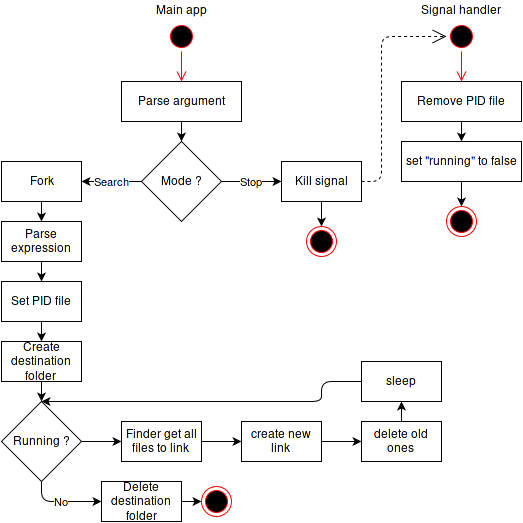
Earlier version of the draw.io export report/img/flow.png (claudiosousa/hepia-projects-smart-folder). Source tidied: cells renumbered, new cells last; positions are measured from the earlier drawing's top-left corner, leaving out a move shared by most shapes. Source of this version:
```xml
<mxGraphModel background="#ffffff">
  <root>
    <mxCell id="0" />
    <mxCell id="1" parent="0" />
    <mxCell id="2" style="ellipse;html=1;shape=startState;fillColor=#000000;strokeColor=#ff0000;" parent="1" vertex="1">
      <mxGeometry x="165" y="20" width="30" height="30" as="geometry" />
    </mxCell>
    <mxCell id="3" style="edgeStyle=orthogonalEdgeStyle;html=1;verticalAlign=bottom;endArrow=open;endSize=8;strokeColor=#ff0000;entryX=0.5;entryY=0;" parent="1" edge="1" source="2" target="4">
      <mxGeometry relative="1" as="geometry" />
    </mxCell>
    <mxCell id="4" value="Parse argument&lt;br&gt;" style="whiteSpace=wrap;html=1;" parent="1" vertex="1">
      <mxGeometry x="120" y="80" width="120" height="40" as="geometry" />
    </mxCell>
    <mxCell id="5" value="Mode ?&lt;br&gt;" style="strokeWidth=1;html=1;shape=mxgraph.flowchart.decision;whiteSpace=wrap;" parent="1" vertex="1">
      <mxGeometry x="140" y="140" width="80" height="80" as="geometry" />
    </mxCell>
    <mxCell id="6" style="endArrow=classic;html=1;exitX=0.5;exitY=1;entryX=0.5;entryY=0;entryPerimeter=0;" parent="1" edge="1" source="4" target="5">
      <mxGeometry relative="1" as="geometry" />
    </mxCell>
    <mxCell id="7" value="Fork" style="whiteSpace=wrap;html=1;" parent="1" vertex="1">
      <mxGeometry y="160" width="80" height="40" as="geometry" />
    </mxCell>
    <mxCell id="8" value="Parse expression&lt;br&gt;" style="whiteSpace=wrap;html=1;" parent="1" vertex="1">
      <mxGeometry y="220" width="80" height="40" as="geometry" />
    </mxCell>
    <mxCell id="9" value="Search" style="endArrow=classic;html=1;exitX=0;exitY=0.5;exitPerimeter=0;entryX=1;entryY=0.5;" parent="1" edge="1" source="5" target="7">
      <mxGeometry relative="1" as="geometry" />
    </mxCell>
    <mxCell id="10" style="endArrow=classic;html=1;exitX=0.5;exitY=1;entryX=0.5;entryY=0;" parent="1" edge="1" source="7" target="8">
      <mxGeometry relative="1" as="geometry" />
    </mxCell>
    <mxCell id="11" value="Kill signal&lt;br&gt;" style="whiteSpace=wrap;html=1;" parent="1" vertex="1">
      <mxGeometry x="280" y="160" width="80" height="40" as="geometry" />
    </mxCell>
    <mxCell id="12" value="Stop" style="endArrow=classic;html=1;exitX=1;exitY=0.5;exitPerimeter=0;entryX=0;entryY=0.5;" parent="1" edge="1" source="5" target="11">
      <mxGeometry relative="1" as="geometry" />
    </mxCell>
    <mxCell id="13" style="ellipse;html=1;shape=startState;fillColor=#000000;strokeColor=#ff0000;" parent="1" vertex="1">
      <mxGeometry x="445" y="20" width="30" height="30" as="geometry" />
    </mxCell>
    <mxCell id="14" style="edgeStyle=orthogonalEdgeStyle;html=1;verticalAlign=bottom;endArrow=open;endSize=8;strokeColor=#ff0000;entryX=0.5;entryY=0;" parent="1" edge="1" source="13" target="17">
      <mxGeometry relative="1" as="geometry" />
    </mxCell>
    <mxCell id="15" value="Main app&lt;br&gt;" style="text;html=1;align=center;verticalAlign=top;spacingTop=-4;" parent="1" vertex="1">
      <mxGeometry x="145" width="70" height="20" as="geometry" />
    </mxCell>
    <mxCell id="16" value="Signal handler&lt;br&gt;" style="text;html=1;align=center;verticalAlign=top;spacingTop=-4;" parent="1" vertex="1">
      <mxGeometry x="410" width="100" height="20" as="geometry" />
    </mxCell>
    <mxCell id="17" value="Remove PID file&lt;br&gt;" style="whiteSpace=wrap;html=1;" parent="1" vertex="1">
      <mxGeometry x="400" y="80" width="120" height="40" as="geometry" />
    </mxCell>
    <mxCell id="18" value="set &quot;running&quot; to false&lt;br&gt;" style="whiteSpace=wrap;html=1;" parent="1" vertex="1">
      <mxGeometry x="400" y="140" width="120" height="40" as="geometry" />
    </mxCell>
    <mxCell id="19" style="endArrow=classic;html=1;exitX=0.5;exitY=1;entryX=0.5;entryY=0;" parent="1" edge="1" source="17" target="18">
      <mxGeometry relative="1" as="geometry" />
    </mxCell>
    <mxCell id="20" style="ellipse;html=1;shape=endState;fillColor=#000000;strokeColor=#ff0000;align=center;" parent="1" vertex="1">
      <mxGeometry x="305" y="225" width="30" height="30" as="geometry" />
    </mxCell>
    <mxCell id="21" style="ellipse;html=1;shape=endState;fillColor=#000000;strokeColor=#ff0000;align=center;" parent="1" vertex="1">
      <mxGeometry x="445" y="205" width="30" height="30" as="geometry" />
    </mxCell>
    <mxCell id="22" style="endArrow=classic;html=1;exitX=0.5;exitY=1;entryX=0.5;entryY=0;" parent="1" edge="1" source="11" target="20">
      <mxGeometry relative="1" as="geometry" />
    </mxCell>
    <mxCell id="23" style="endArrow=classic;html=1;exitX=0.5;exitY=1;entryX=0.5;entryY=0;" parent="1" edge="1" source="18" target="21">
      <mxGeometry relative="1" as="geometry" />
    </mxCell>
    <mxCell id="24" value="Set PID file&lt;br&gt;" style="whiteSpace=wrap;html=1;" parent="1" vertex="1">
      <mxGeometry y="280" width="80" height="40" as="geometry" />
    </mxCell>
    <mxCell id="25" style="endArrow=classic;html=1;exitX=0.5;exitY=1;entryX=0.5;entryY=0;" parent="1" edge="1" source="8" target="24">
      <mxGeometry relative="1" as="geometry" />
    </mxCell>
    <mxCell id="26" value="Delete destination folder" style="whiteSpace=wrap;html=1;" parent="1" vertex="1">
      <mxGeometry x="100" y="480" width="80" height="40" as="geometry" />
    </mxCell>
    <mxCell id="27" value="Running ?&lt;br&gt;" style="strokeWidth=1;html=1;shape=mxgraph.flowchart.decision;whiteSpace=wrap;" parent="1" vertex="1">
      <mxGeometry y="400" width="80" height="80" as="geometry" />
    </mxCell>
    <mxCell id="28" style="endArrow=classic;html=1;entryX=0.5;entryY=0;entryPerimeter=0;exitX=0.5;exitY=1;" parent="1" edge="1" source="29" target="27">
      <mxGeometry relative="1" as="geometry" />
    </mxCell>
    <mxCell id="29" value="Create destination folder&lt;br&gt;" style="whiteSpace=wrap;html=1;" parent="1" vertex="1">
      <mxGeometry y="340" width="80" height="40" as="geometry" />
    </mxCell>
    <mxCell id="30" style="endArrow=classic;html=1;exitX=0.5;exitY=1;entryX=0.5;entryY=0;" parent="1" edge="1" source="24" target="29">
      <mxGeometry relative="1" as="geometry" />
    </mxCell>
    <mxCell id="31" value="No" style="endArrow=classic;html=1;entryX=0;entryY=0.5;exitX=0.5;exitY=1;exitPerimeter=0;edgeStyle=orthogonalEdgeStyle;" parent="1" edge="1" source="27" target="26">
      <mxGeometry relative="1" as="geometry" />
    </mxCell>
    <mxCell id="32" style="ellipse;html=1;shape=endState;fillColor=#000000;strokeColor=#ff0000;align=center;" parent="1" vertex="1">
      <mxGeometry x="200" y="485" width="30" height="30" as="geometry" />
    </mxCell>
    <mxCell id="33" style="endArrow=classic;html=1;entryX=0;entryY=0.5;exitX=1;exitY=0.5;" parent="1" edge="1" source="26" target="32">
      <mxGeometry relative="1" as="geometry" />
    </mxCell>
    <mxCell id="34" value="Finder get all files to link&lt;br&gt;" style="whiteSpace=wrap;html=1;" parent="1" vertex="1">
      <mxGeometry x="120" y="420" width="80" height="40" as="geometry" />
    </mxCell>
    <mxCell id="35" value="create new link&lt;br&gt;" style="whiteSpace=wrap;html=1;" parent="1" vertex="1">
      <mxGeometry x="240" y="420" width="80" height="40" as="geometry" />
    </mxCell>
    <mxCell id="36" style="endArrow=classic;html=1;exitX=1;exitY=0.5;exitPerimeter=0;entryX=0;entryY=0.5;" parent="1" edge="1" source="27" target="34">
      <mxGeometry relative="1" as="geometry" />
    </mxCell>
    <mxCell id="37" style="endArrow=classic;html=1;exitX=1;exitY=0.5;entryX=0;entryY=0.5;" parent="1" edge="1" source="34" target="35">
      <mxGeometry relative="1" as="geometry" />
    </mxCell>
    <mxCell id="38" value="sleep&lt;br&gt;" style="whiteSpace=wrap;html=1;" parent="1" vertex="1">
      <mxGeometry x="360" y="360" width="80" height="40" as="geometry" />
    </mxCell>
    <mxCell id="39" style="endArrow=classic;html=1;entryX=0.5;entryY=1;exitX=0.5;exitY=0;" parent="1" edge="1" source="41" target="38">
      <mxGeometry relative="1" as="geometry" />
    </mxCell>
    <mxCell id="40" style="endArrow=classic;html=1;exitX=0;exitY=0.5;entryX=0.5;entryY=0;entryPerimeter=0;edgeStyle=orthogonalEdgeStyle;" parent="1" edge="1" source="38" target="27">
      <mxGeometry relative="1" as="geometry">
        <Array as="points">
          <mxPoint x="320" y="380" />
          <mxPoint x="320" y="400" />
        </Array>
      </mxGeometry>
    </mxCell>
    <mxCell id="41" value="delete old ones&lt;br&gt;" style="whiteSpace=wrap;html=1;" parent="1" vertex="1">
      <mxGeometry x="360" y="420" width="80" height="40" as="geometry" />
    </mxCell>
    <mxCell id="42" style="endArrow=classic;html=1;exitX=1;exitY=0.5;entryX=0;entryY=0.5;" parent="1" edge="1" source="35" target="41">
      <mxGeometry relative="1" as="geometry" />
    </mxCell>
    <mxCell id="43" style="endArrow=open;endSize=12;dashed=1;html=1;exitX=1;exitY=0.5;entryX=0;entryY=0.5;edgeStyle=orthogonalEdgeStyle;" parent="1" edge="1" source="11" target="13">
      <mxGeometry relative="1" as="geometry">
        <Array as="points">
          <mxPoint x="380" y="180" />
          <mxPoint x="380" y="35" />
        </Array>
      </mxGeometry>
    </mxCell>
  </root>
</mxGraphModel>
```
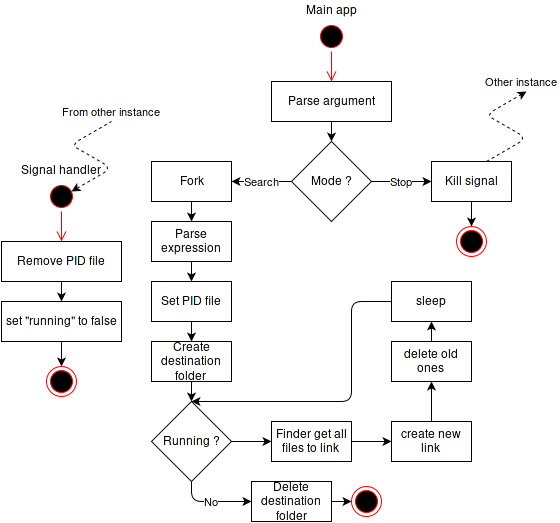
Later version of the same file.

Commit message:
Add flow diagram (TODO: text)

Change to the diagram source:
```diff
@@ -36,7 +36,7 @@
       <mxGeometry relative="1" as="geometry" />
     </mxCell>
     <mxCell id="13" style="ellipse;html=1;shape=startState;fillColor=#000000;strokeColor=#ff0000;" parent="1" vertex="1">
-      <mxGeometry x="445" y="20" width="30" height="30" as="geometry" />
+      <mxGeometry x="-105" y="180" width="30" height="30" as="geometry" />
     </mxCell>
     <mxCell id="14" style="edgeStyle=orthogonalEdgeStyle;html=1;verticalAlign=bottom;endArrow=open;endSize=8;strokeColor=#ff0000;entryX=0.5;entryY=0;" parent="1" edge="1" source="13" target="17">
       <mxGeometry relative="1" as="geometry" />
@@ -45,13 +45,13 @@
       <mxGeometry x="145" width="70" height="20" as="geometry" />
     </mxCell>
     <mxCell id="16" value="Signal handler&lt;br&gt;" style="text;html=1;align=center;verticalAlign=top;spacingTop=-4;" parent="1" vertex="1">
-      <mxGeometry x="410" width="100" height="20" as="geometry" />
+      <mxGeometry x="-140" y="160" width="100" height="20" as="geometry" />
     </mxCell>
     <mxCell id="17" value="Remove PID file&lt;br&gt;" style="whiteSpace=wrap;html=1;" parent="1" vertex="1">
-      <mxGeometry x="400" y="80" width="120" height="40" as="geometry" />
+      <mxGeometry x="-150" y="240" width="120" height="40" as="geometry" />
     </mxCell>
     <mxCell id="18" value="set &quot;running&quot; to false&lt;br&gt;" style="whiteSpace=wrap;html=1;" parent="1" vertex="1">
-      <mxGeometry x="400" y="140" width="120" height="40" as="geometry" />
+      <mxGeometry x="-150" y="300" width="120" height="40" as="geometry" />
     </mxCell>
     <mxCell id="19" style="endArrow=classic;html=1;exitX=0.5;exitY=1;entryX=0.5;entryY=0;" parent="1" edge="1" source="17" target="18">
       <mxGeometry relative="1" as="geometry" />
@@ -60,7 +60,7 @@
       <mxGeometry x="305" y="225" width="30" height="30" as="geometry" />
     </mxCell>
     <mxCell id="21" style="ellipse;html=1;shape=endState;fillColor=#000000;strokeColor=#ff0000;align=center;" parent="1" vertex="1">
-      <mxGeometry x="445" y="205" width="30" height="30" as="geometry" />
+      <mxGeometry x="-105" y="365" width="30" height="30" as="geometry" />
     </mxCell>
     <mxCell id="22" style="endArrow=classic;html=1;exitX=0.5;exitY=1;entryX=0.5;entryY=0;" parent="1" edge="1" source="11" target="20">
       <mxGeometry relative="1" as="geometry" />
@@ -111,7 +111,7 @@
       <mxGeometry relative="1" as="geometry" />
     </mxCell>
     <mxCell id="38" value="sleep&lt;br&gt;" style="whiteSpace=wrap;html=1;" parent="1" vertex="1">
-      <mxGeometry x="360" y="360" width="80" height="40" as="geometry" />
+      <mxGeometry x="240" y="280" width="80" height="40" as="geometry" />
     </mxCell>
     <mxCell id="39" style="endArrow=classic;html=1;entryX=0.5;entryY=1;exitX=0.5;exitY=0;" parent="1" edge="1" source="41" target="38">
       <mxGeometry relative="1" as="geometry" />
@@ -119,24 +119,29 @@
     <mxCell id="40" style="endArrow=classic;html=1;exitX=0;exitY=0.5;entryX=0.5;entryY=0;entryPerimeter=0;edgeStyle=orthogonalEdgeStyle;" parent="1" edge="1" source="38" target="27">
       <mxGeometry relative="1" as="geometry">
         <Array as="points">
-          <mxPoint x="320" y="380" />
-          <mxPoint x="320" y="400" />
+          <mxPoint x="200" y="300" />
+          <mxPoint x="200" y="400" />
         </Array>
       </mxGeometry>
     </mxCell>
     <mxCell id="41" value="delete old ones&lt;br&gt;" style="whiteSpace=wrap;html=1;" parent="1" vertex="1">
-      <mxGeometry x="360" y="420" width="80" height="40" as="geometry" />
+      <mxGeometry x="240" y="340" width="80" height="40" as="geometry" />
     </mxCell>
-    <mxCell id="42" style="endArrow=classic;html=1;exitX=1;exitY=0.5;entryX=0;entryY=0.5;" parent="1" edge="1" source="35" target="41">
+    <mxCell id="42" style="endArrow=classic;html=1;exitX=0.5;exitY=0;entryX=0.5;entryY=1;" parent="1" edge="1" source="35" target="41">
       <mxGeometry relative="1" as="geometry" />
     </mxCell>
-    <mxCell id="43" style="endArrow=open;endSize=12;dashed=1;html=1;exitX=1;exitY=0.5;entryX=0;entryY=0.5;edgeStyle=orthogonalEdgeStyle;" parent="1" edge="1" source="11" target="13">
-      <mxGeometry relative="1" as="geometry">
-        <Array as="points">
-          <mxPoint x="380" y="180" />
-          <mxPoint x="380" y="35" />
-        </Array>
-      </mxGeometry>
-    </mxCell>
+    <mxCell id="44" value="Other instance&lt;br&gt;" style="edgeStyle=isometricEdgeStyle;endArrow=classic;html=1;dashed=1;endFill=1;elbow=horizontal;" parent="1" edge="1">
+      <mxGeometry x="1" y="11" relative="1" as="geometry">
+        <mxPoint x="335" y="160" as="sourcePoint" />
+        <mxPoint x="375" y="90" as="targetPoint" />
+      </mxGeometry>
+    </mxCell>
+    <mxCell id="45" value="From other instance&lt;br&gt;" style="edgeStyle=isometricEdgeStyle;endArrow=none;html=1;dashed=1;endFill=0;elbow=horizontal;startArrow=classic;startFill=1;" parent="1" edge="1">
+      <mxGeometry as="geometry">
+        <mxPoint x="-80" y="190" as="sourcePoint" />
+        <mxPoint x="-40" y="120" as="targetPoint" />
+        <mxPoint x="20" y="-45" as="offset" />
+      </mxGeometry>
+    </mxCell>
   </root>
 </mxGraphModel>
```
